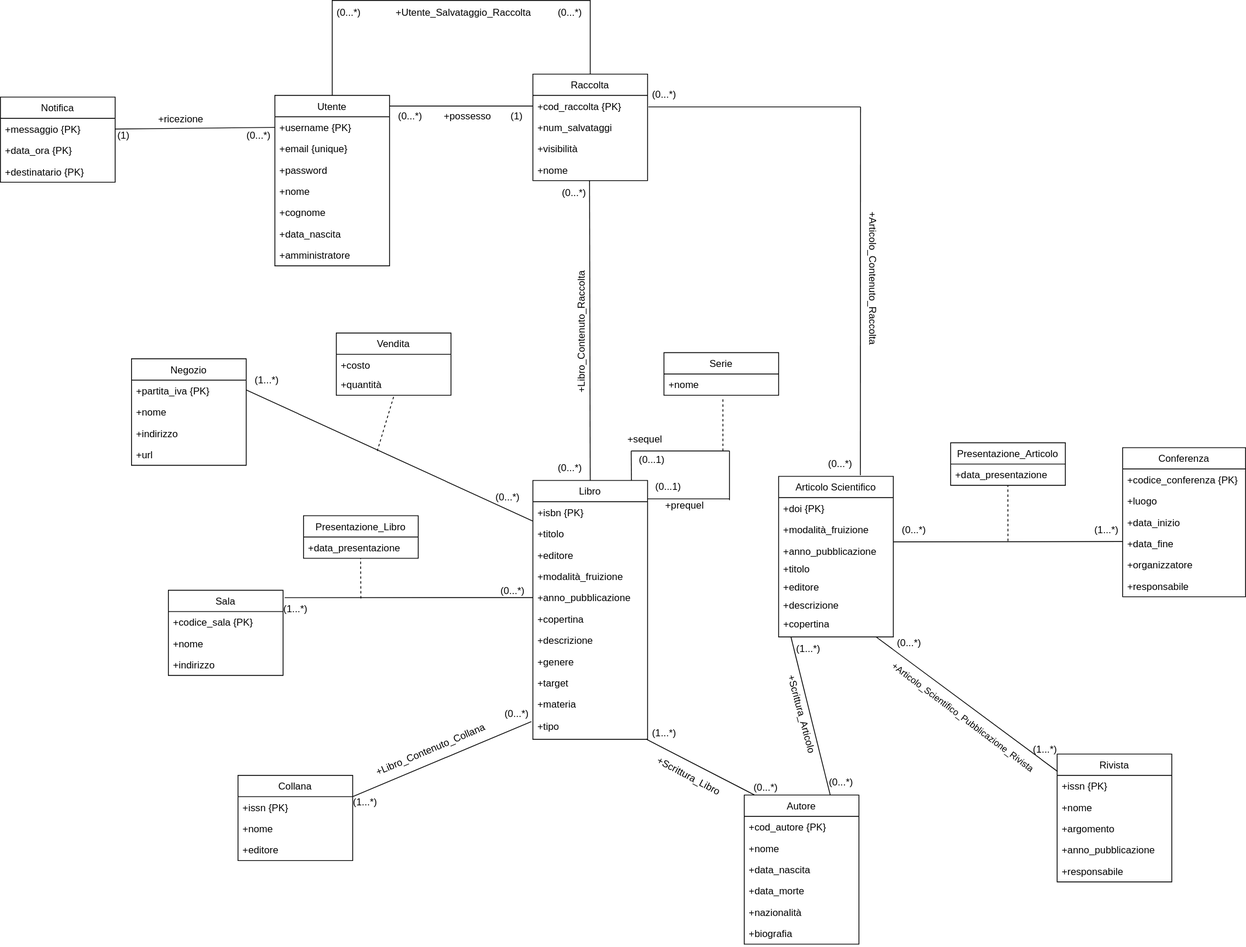
Earlier version of the draw.io export progettazione_concettuale/Modello_Concettuale_Ristrutturato_UML.drawio.svg (m3tt0/Progetto_OB_BASI). Source tidied: cells renumbered, new cells last; positions are measured from the earlier drawing's top-left corner, leaving out a move shared by most shapes.
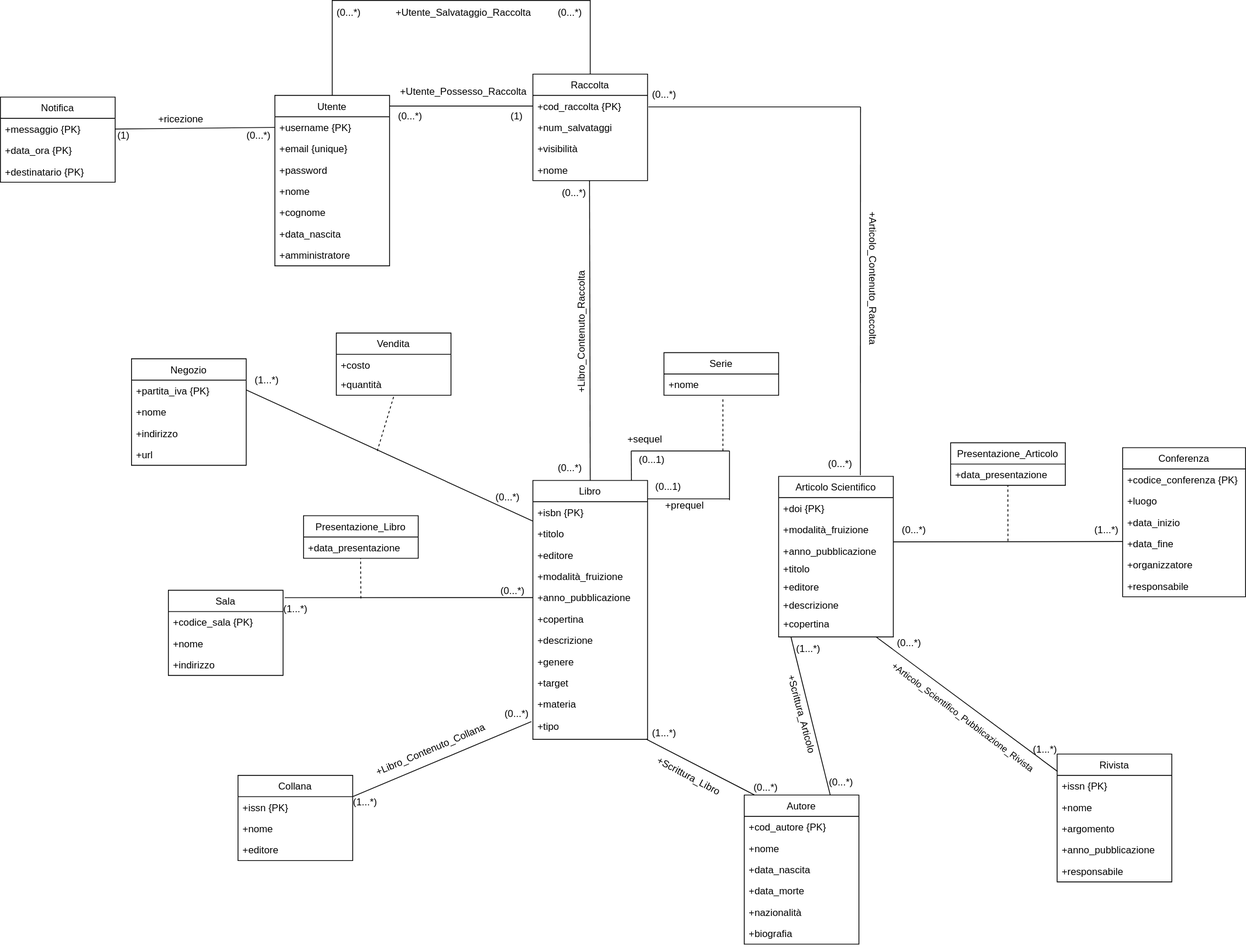
Later version of the same file.

Change to the diagram source:
```diff
@@ -358,8 +358,8 @@
     <mxCell id="114" value="(0...*)" style="text;html=1;align=center;verticalAlign=middle;strokeColor=none;fillColor=none;" parent="1" vertex="1">
       <mxGeometry x="475" y="127" width="50" height="30" as="geometry" />
     </mxCell>
-    <mxCell id="115" value="+possesso" style="text;html=1;align=center;verticalAlign=middle;strokeColor=none;fillColor=none;rotation=0;" parent="1" vertex="1">
-      <mxGeometry x="530" y="127" width="80" height="30" as="geometry" />
+    <mxCell id="115" value="+Utente_Possesso_Raccolta" style="text;html=1;align=center;verticalAlign=middle;strokeColor=none;fillColor=none;rotation=0;" parent="1" vertex="1">
+      <mxGeometry x="475" y="97" width="180" height="30" as="geometry" />
     </mxCell>
     <mxCell id="116" style="endArrow=none;html=1;rounded=0;exitX=0.5;exitY=0;exitDx=0;exitDy=0;entryX=0.5;entryY=0;entryDx=0;entryDy=0;" parent="1" edge="1" source="91" target="107">
       <mxGeometry relative="1" as="geometry">
```
